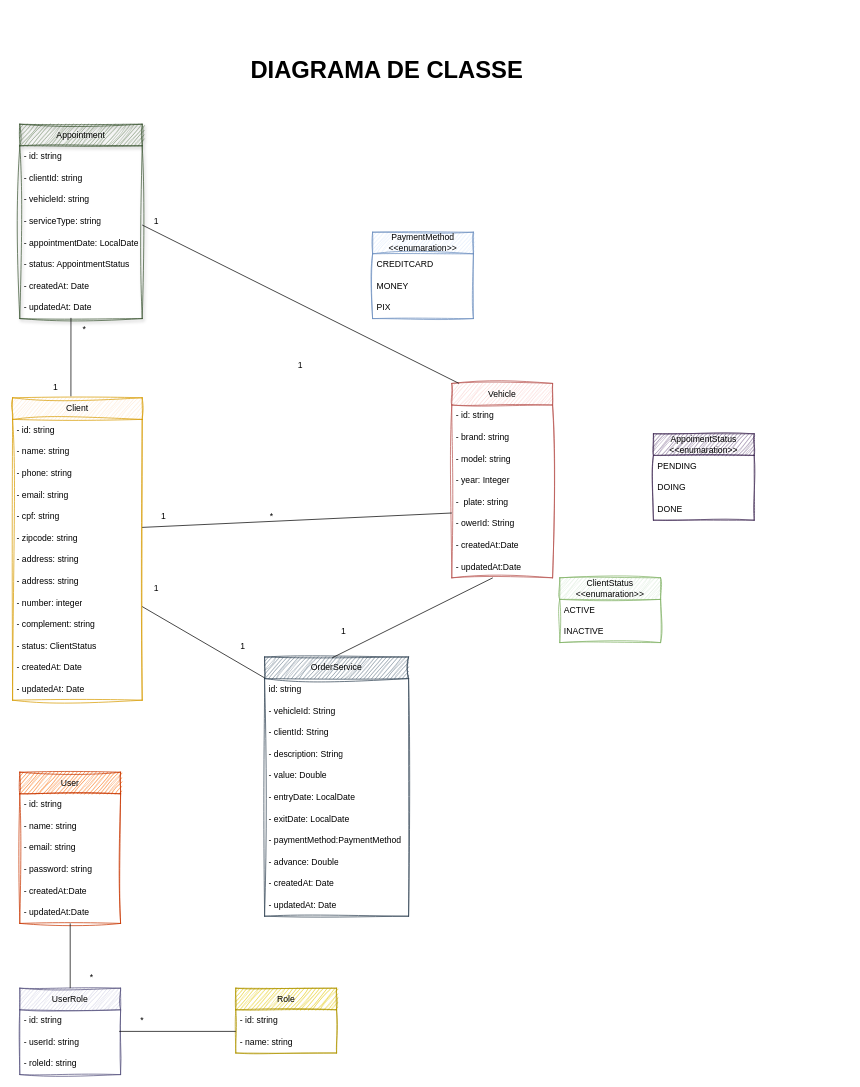
Luke0195/workshop_garage keeps this draw.io diagram as docs/diagram.drawio. Above is the earlier version. Source tidied: cells renumbered, new cells numbered last; positions are measured from the earlier drawing's top-left corner, leaving out a move shared by most shapes. Both pictures are drawn from the tidied source at 72%, with x=0, y=0 at pixel (12, 59).
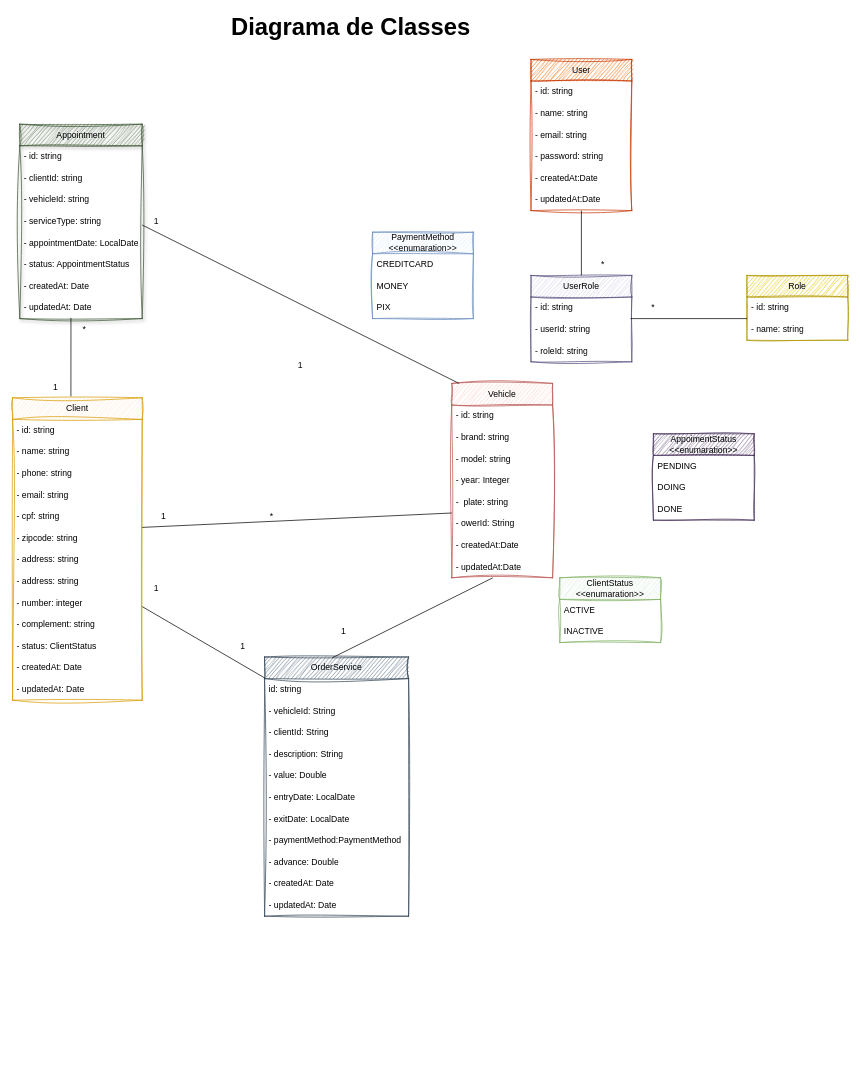
The same page after the edit.

The change refers to these unchanged cells:
```xml
<mxCell id="83" value="- userId: string" style="text;strokeColor=none;fillColor=none;align=left;verticalAlign=middle;spacingLeft=4;spacingRight=4;overflow=hidden;points=[[0,0.5],[1,0.5]];portConstraint=eastwest;whiteSpace=wrap;html=1;" parent="81" vertex="1">
  <mxGeometry y="60" width="140" height="30" as="geometry" />
</mxCell>
```

Change to the diagram source:
```diff
@@
     <mxCell id="71" value="User" style="swimlane;fontStyle=0;horizontal=1;startSize=30;whiteSpace=wrap;html=1;fillColor=#fa6800;fontColor=#000000;strokeColor=#C73500;sketch=1;curveFitting=1;jiggle=2;" parent="1" vertex="1">
-      <mxGeometry x="10" y="990" width="140" height="210" as="geometry" />
+      <mxGeometry x="720" width="140" height="210" as="geometry" />
     </mxCell>
@@
     <mxCell id="78" value="Role" style="swimlane;fontStyle=0;horizontal=1;startSize=30;whiteSpace=wrap;html=1;sketch=1;curveFitting=1;jiggle=2;fillColor=#e3c800;fontColor=#000000;strokeColor=#B09500;" parent="1" vertex="1">
-      <mxGeometry x="310" y="1290" width="140" height="90" as="geometry" />
+      <mxGeometry x="1020" y="300" width="140" height="90" as="geometry" />
     </mxCell>
@@
     <mxCell id="81" value="UserRole" style="swimlane;fontStyle=0;horizontal=1;startSize=30;whiteSpace=wrap;html=1;fillColor=#d0cee2;strokeColor=#56517e;sketch=1;curveFitting=1;jiggle=2;" parent="1" vertex="1">
-      <mxGeometry x="10" y="1290" width="140" height="120" as="geometry" />
+      <mxGeometry x="720" y="300" width="140" height="120" as="geometry" />
     </mxCell>
@@
     <mxCell id="86" style="endArrow=none;html=1;exitX=0.986;exitY=0;exitDx=0;exitDy=0;exitPerimeter=0;" parent="1" edge="1" source="83">
       <mxGeometry relative="1" as="geometry">
-        <mxPoint x="310" y="1350" as="targetPoint" />
+        <mxPoint x="1020" y="360" as="targetPoint" />
       </mxGeometry>
     </mxCell>
     <mxCell id="87" value="*" style="text;html=1;align=center;verticalAlign=middle;whiteSpace=wrap;rounded=0;" parent="1" vertex="1">
-      <mxGeometry x="80" y="1260" width="60" height="30" as="geometry" />
+      <mxGeometry x="790" y="270" width="60" height="30" as="geometry" />
     </mxCell>
     <mxCell id="88" value="*" style="text;html=1;align=center;verticalAlign=middle;whiteSpace=wrap;rounded=0;" parent="1" vertex="1">
-      <mxGeometry x="150" y="1320" width="60" height="30" as="geometry" />
+      <mxGeometry x="860" y="330" width="60" height="30" as="geometry" />
     </mxCell>
-    <mxCell id="89" value="&lt;font style=&quot;font-size: 33px;&quot;&gt;&lt;b&gt;DIAGRAMA DE CLASSE&lt;/b&gt;&lt;/font&gt;" style="text;html=1;align=center;verticalAlign=middle;whiteSpace=wrap;rounded=0;" parent="1" vertex="1">
-      <mxGeometry x="260" width="520" height="30" as="geometry" />
+    <mxCell id="89" value="&lt;span style=&quot;font-size: 33px;&quot;&gt;&lt;b&gt;Diagrama de Classes&lt;/b&gt;&lt;/span&gt;" style="text;html=1;align=center;verticalAlign=middle;whiteSpace=wrap;rounded=0;" parent="1" vertex="1">
+      <mxGeometry x="210" y="-60" width="520" height="30" as="geometry" />
     </mxCell>
```
